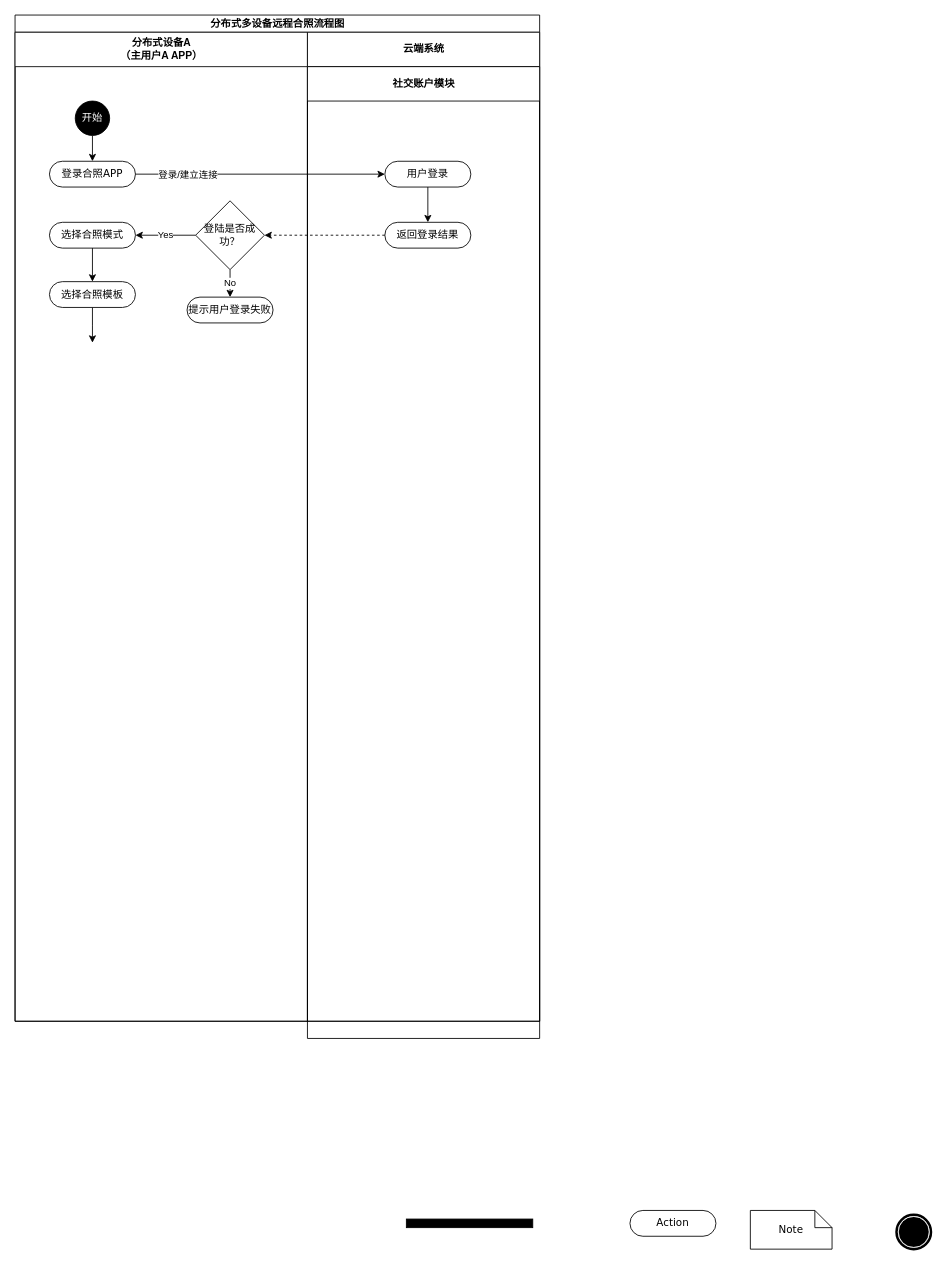
This is draw/用户登录.drawio from befairyliu/draw.io, a draw.io file, before an edit. Source tidied: cells renumbered, new cells numbered last; positions are measured from the earlier drawing's top-left corner, leaving out a move shared by most shapes. Both pictures are drawn from the tidied source at 86%, with x=0, y=0 at pixel (15, 15).
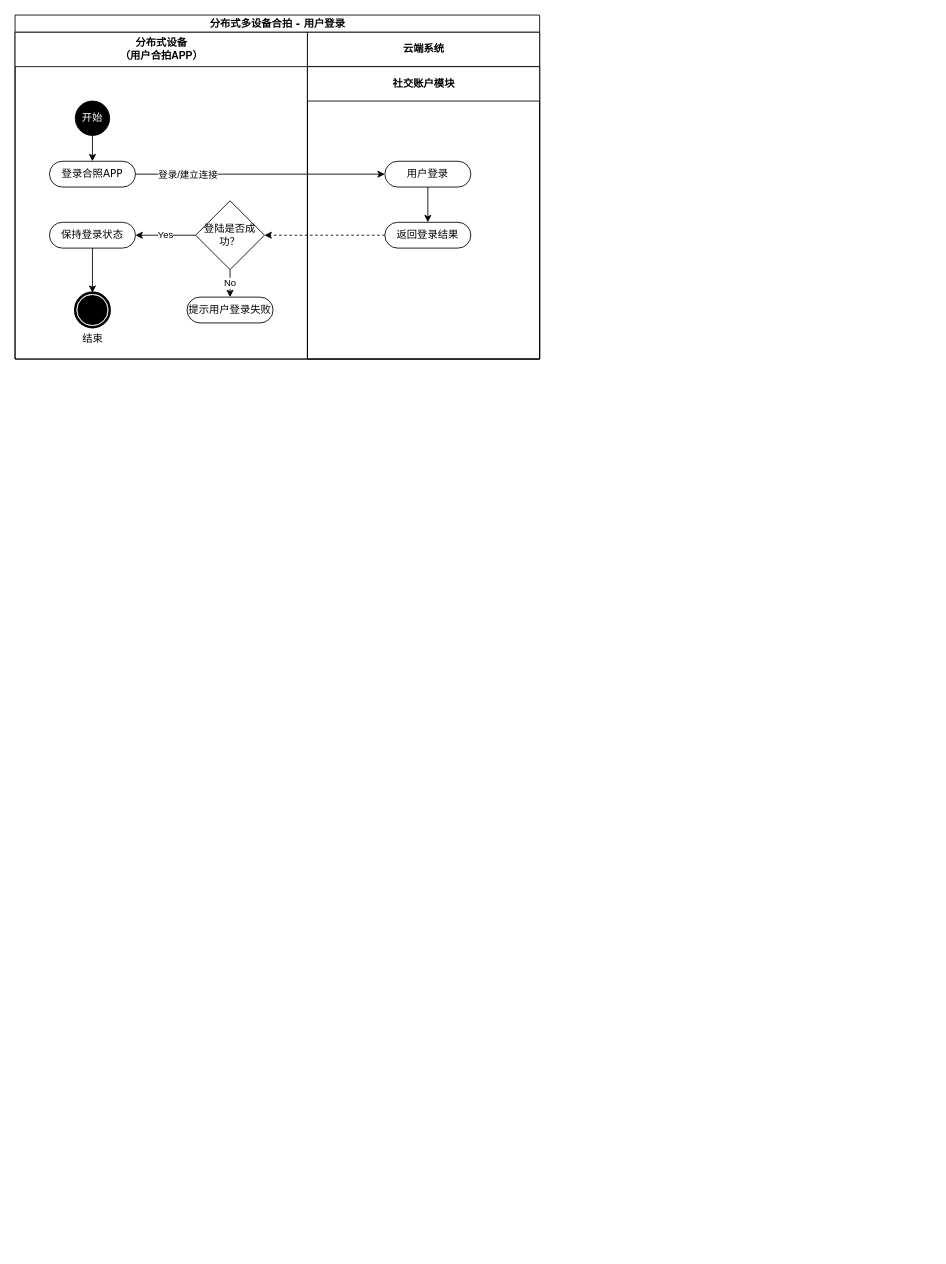
The same page after the edit.

Change to the diagram source:
```diff
@@
-    <mxCell id="2" value="分布式多设备远程合照流程图" style="swimlane;html=1;startSize=20;rounded=0;shadow=0;comic=0;labelBackgroundColor=none;strokeWidth=1;fontFamily=Verdana;fontSize=12;align=center;" parent="1" vertex="1">
-      <mxGeometry width="610" height="1170" as="geometry" />
+    <mxCell id="2" value="分布式多设备合拍 - 用户登录" style="swimlane;html=1;startSize=20;rounded=0;shadow=0;comic=0;labelBackgroundColor=none;strokeWidth=1;fontFamily=Verdana;fontSize=12;align=center;" parent="1" vertex="1">
+      <mxGeometry width="610" height="400" as="geometry" />
     </mxCell>
-    <mxCell id="3" value="分布式设备A&lt;br&gt;（主用户A APP）" style="swimlane;html=1;startSize=40;" parent="2" vertex="1">
-      <mxGeometry y="20" width="340" height="1150" as="geometry" />
+    <mxCell id="3" value="分布式设备&lt;br&gt;（用户合拍APP）" style="swimlane;html=1;startSize=40;" parent="2" vertex="1">
+      <mxGeometry y="20" width="340" height="380" as="geometry" />
     </mxCell>
@@
-    <mxCell id="7" style="edgeStyle=orthogonalEdgeStyle;rounded=0;jettySize=auto;html=1;exitX=0.5;exitY=1;exitDx=0;exitDy=0;entryX=0.5;entryY=0;entryDx=0;entryDy=0;" parent="3" edge="1" source="8" target="10">
+    <mxCell id="7" style="edgeStyle=orthogonalEdgeStyle;rounded=0;jettySize=auto;html=1;exitX=0.5;exitY=1;exitDx=0;exitDy=0;entryX=0.5;entryY=0;entryDx=0;entryDy=0;" parent="3" edge="1" source="8" target="25">
       <mxGeometry relative="1" as="geometry" />
     </mxCell>
-    <mxCell id="8" value="选择合照模式" style="rounded=1;whiteSpace=wrap;html=1;shadow=0;comic=0;labelBackgroundColor=none;strokeWidth=1;fontFamily=Verdana;fontSize=12;align=center;arcSize=50;" parent="3" vertex="1">
+    <mxCell id="8" value="保持登录状态" style="rounded=1;whiteSpace=wrap;html=1;shadow=0;comic=0;labelBackgroundColor=none;strokeWidth=1;fontFamily=Verdana;fontSize=12;align=center;arcSize=50;" parent="3" vertex="1">
       <mxGeometry x="40" y="221" width="100" height="30" as="geometry" />
     </mxCell>
-    <mxCell id="9" style="edgeStyle=orthogonalEdgeStyle;rounded=0;jettySize=auto;html=1;exitX=0.5;exitY=1;exitDx=0;exitDy=0;entryX=0.5;entryY=0;entryDx=0;entryDy=0;" parent="3" edge="1" source="10">
-      <mxGeometry relative="1" as="geometry">
-        <mxPoint x="90" y="361" as="targetPoint" />
-      </mxGeometry>
-    </mxCell>
-    <mxCell id="10" value="选择合照模板" style="rounded=1;whiteSpace=wrap;html=1;shadow=0;comic=0;labelBackgroundColor=none;strokeWidth=1;fontFamily=Verdana;fontSize=12;align=center;arcSize=50;" parent="3" vertex="1">
-      <mxGeometry x="40" y="290" width="100" height="30" as="geometry" />
-    </mxCell>
@@
+    <mxCell id="25" value="结束" style="shape=mxgraph.bpmn.shape;html=1;verticalLabelPosition=bottom;labelBackgroundColor=#ffffff;verticalAlign=top;perimeter=ellipsePerimeter;outline=end;symbol=terminate;rounded=0;shadow=0;comic=0;strokeWidth=1;fontFamily=Verdana;fontSize=12;align=center;" parent="3" vertex="1">
+      <mxGeometry x="70" y="303" width="40" height="40" as="geometry" />
+    </mxCell>
@@
     <mxCell id="15" value="云端系统" style="swimlane;html=1;startSize=40;" parent="2" vertex="1">
-      <mxGeometry x="340" y="20" width="270" height="1150" as="geometry" />
+      <mxGeometry x="340" y="20" width="270" height="380" as="geometry" />
     </mxCell>
     <mxCell id="16" value="社交账户模块" style="swimlane;html=1;startSize=40;" parent="15" vertex="1">
-      <mxGeometry y="40" width="270" height="1130" as="geometry" />
+      <mxGeometry y="40" width="270" height="340" as="geometry" />
     </mxCell>
@@
-    <mxCell id="23" value="Note" style="shape=note;whiteSpace=wrap;html=1;rounded=0;shadow=0;comic=0;labelBackgroundColor=none;strokeWidth=1;fontFamily=Verdana;fontSize=12;align=center;size=20;" parent="1" vertex="1">
-      <mxGeometry x="855" y="1390" width="95" height="45" as="geometry" />
-    </mxCell>
-    <mxCell id="24" value="Action" style="rounded=1;whiteSpace=wrap;html=1;shadow=0;comic=0;labelBackgroundColor=none;strokeWidth=1;fontFamily=Verdana;fontSize=12;align=center;arcSize=50;" parent="1" vertex="1">
-      <mxGeometry x="715" y="1390" width="100" height="30" as="geometry" />
-    </mxCell>
-    <mxCell id="25" style="shape=mxgraph.bpmn.shape;html=1;verticalLabelPosition=bottom;labelBackgroundColor=#ffffff;verticalAlign=top;perimeter=ellipsePerimeter;outline=end;symbol=terminate;rounded=0;shadow=0;comic=0;strokeWidth=1;fontFamily=Verdana;fontSize=12;align=center;" parent="1" vertex="1">
-      <mxGeometry x="1025" y="1395" width="40" height="40" as="geometry" />
-    </mxCell>
-    <mxCell id="26" style="whiteSpace=wrap;html=1;rounded=0;shadow=0;comic=0;labelBackgroundColor=none;strokeWidth=1;fillColor=#000000;fontFamily=Verdana;fontSize=12;align=center;rotation=0;" parent="1" vertex="1">
-      <mxGeometry x="455" y="1400" width="147" height="10" as="geometry" />
-    </mxCell>
```
